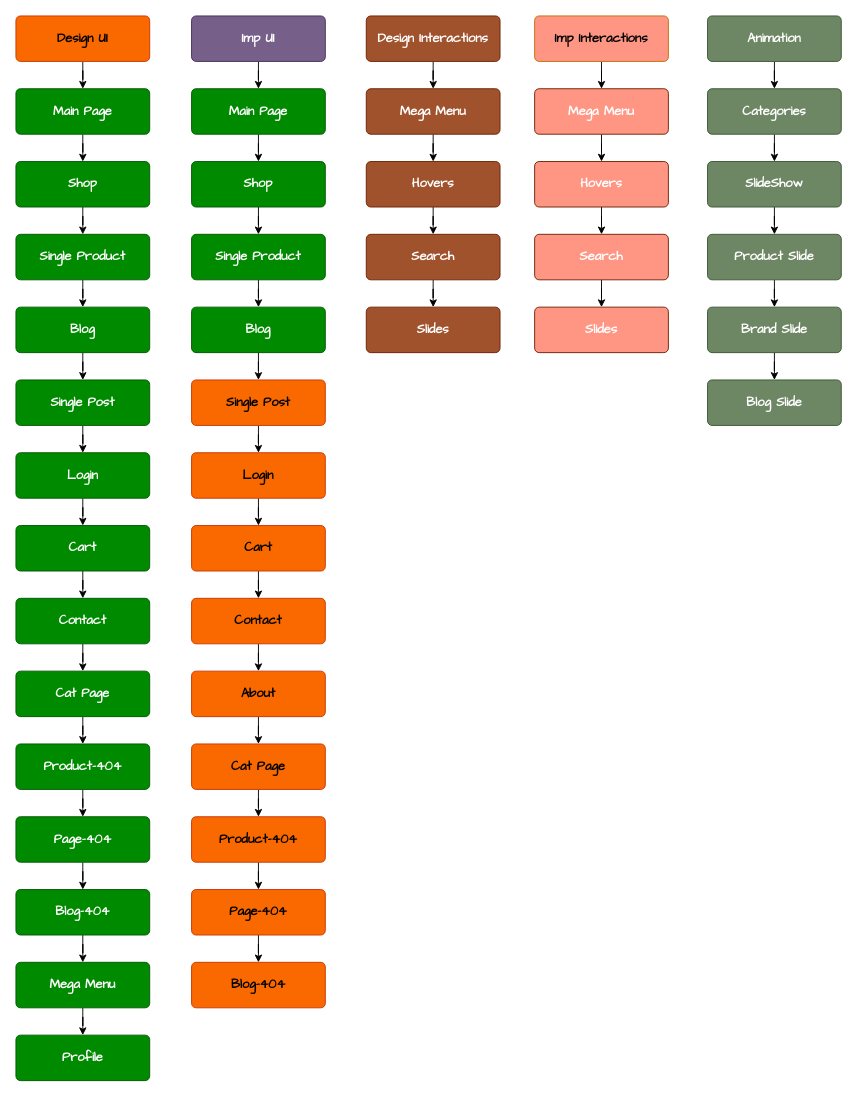
Earlier version of the draw.io diagram JSProject.drawio (monfaredpersonal/Development). Source tidied: cells renumbered, new cells numbered last; positions are measured from the earlier drawing's top-left corner, leaving out a move shared by most shapes. Both pictures are drawn from the tidied source at 91%, with x=0, y=0 at pixel (15, 15).
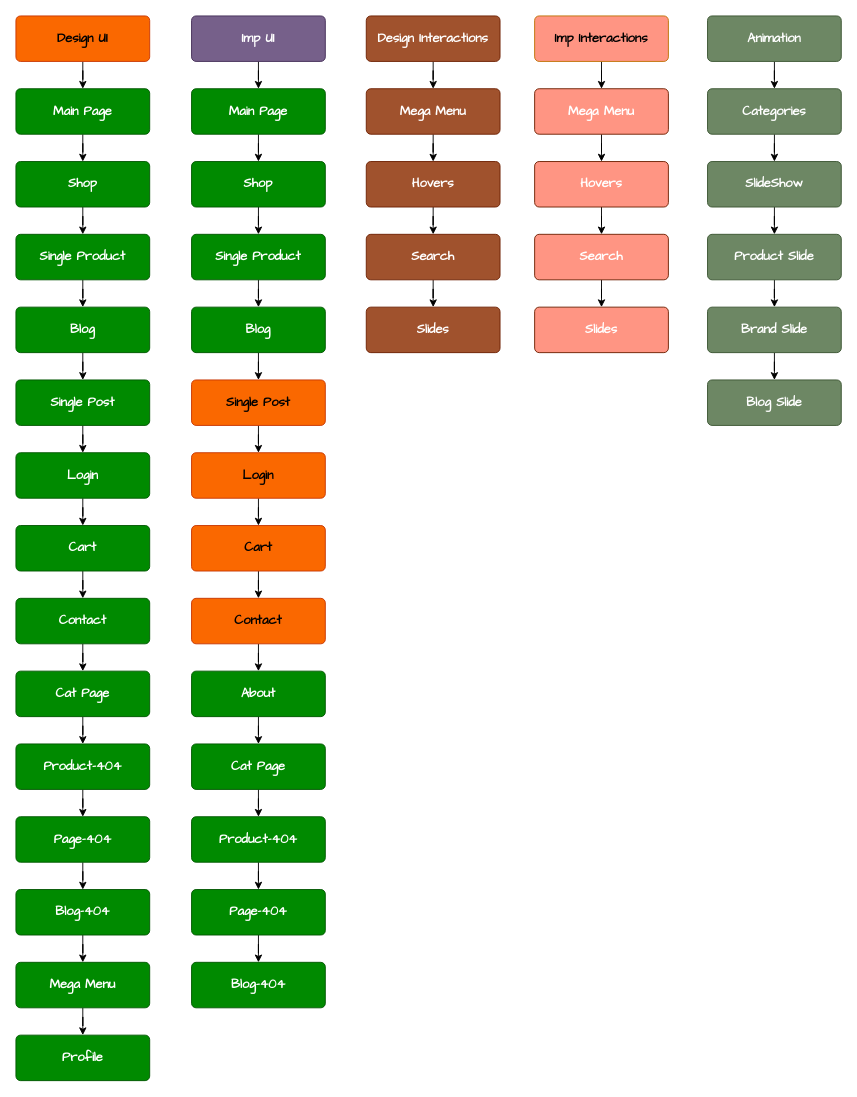
After the change.

Change to the diagram source:
```diff
@@
-    <mxCell id="53" value="&lt;div style=&quot;forced-color-adjust: none;&quot;&gt;About&lt;/div&gt;" style="html=1;shadow=0;dashed=0;shape=mxgraph.bootstrap.rrect;rSize=5;strokeColor=#C73500;strokeWidth=1;fillColor=#fa6800;fontColor=#000000;whiteSpace=wrap;align=center;verticalAlign=middle;spacingLeft=0;fontStyle=1;fontSize=14;spacing=5;rounded=1;glass=0;fillStyle=auto;fontFamily=Comic Sans MS;horizontal=1;textDirection=rtl;points=[];" parent="1" vertex="1">
+    <mxCell id="53" value="&lt;div style=&quot;forced-color-adjust: none;&quot;&gt;About&lt;/div&gt;" style="html=1;shadow=0;dashed=0;shape=mxgraph.bootstrap.rrect;rSize=5;strokeColor=#005700;strokeWidth=1;fillColor=#008a00;fontColor=#ffffff;whiteSpace=wrap;align=center;verticalAlign=middle;spacingLeft=0;fontStyle=1;fontSize=14;spacing=5;rounded=1;glass=0;fillStyle=auto;fontFamily=Comic Sans MS;horizontal=1;textDirection=rtl;points=[];" parent="1" vertex="1">
       <mxGeometry x="193" y="720" width="147" height="50" as="geometry" />
     </mxCell>
@@
-    <mxCell id="55" value="&lt;div style=&quot;forced-color-adjust: none;&quot;&gt;Cat Page&lt;/div&gt;" style="html=1;shadow=0;dashed=0;shape=mxgraph.bootstrap.rrect;rSize=5;strokeColor=#C73500;strokeWidth=1;fillColor=#fa6800;fontColor=#000000;whiteSpace=wrap;align=center;verticalAlign=middle;spacingLeft=0;fontStyle=1;fontSize=14;spacing=5;rounded=1;glass=0;fillStyle=auto;fontFamily=Comic Sans MS;horizontal=1;textDirection=rtl;points=[];" parent="1" vertex="1">
+    <mxCell id="55" value="&lt;div style=&quot;forced-color-adjust: none;&quot;&gt;Cat Page&lt;/div&gt;" style="html=1;shadow=0;dashed=0;shape=mxgraph.bootstrap.rrect;rSize=5;strokeColor=#005700;strokeWidth=1;fillColor=#008a00;fontColor=#ffffff;whiteSpace=wrap;align=center;verticalAlign=middle;spacingLeft=0;fontStyle=1;fontSize=14;spacing=5;rounded=1;glass=0;fillStyle=auto;fontFamily=Comic Sans MS;horizontal=1;textDirection=rtl;points=[];" parent="1" vertex="1">
       <mxGeometry x="193" y="800" width="147" height="50" as="geometry" />
     </mxCell>
@@
-    <mxCell id="57" value="&lt;div style=&quot;forced-color-adjust: none;&quot;&gt;404-Product&lt;/div&gt;" style="html=1;shadow=0;dashed=0;shape=mxgraph.bootstrap.rrect;rSize=5;strokeColor=#C73500;strokeWidth=1;fillColor=#fa6800;fontColor=#000000;whiteSpace=wrap;align=center;verticalAlign=middle;spacingLeft=0;fontStyle=1;fontSize=14;spacing=5;rounded=1;glass=0;fillStyle=auto;fontFamily=Comic Sans MS;horizontal=1;textDirection=rtl;points=[];" parent="1" vertex="1">
+    <mxCell id="57" value="&lt;div style=&quot;forced-color-adjust: none;&quot;&gt;404-Product&lt;/div&gt;" style="html=1;shadow=0;dashed=0;shape=mxgraph.bootstrap.rrect;rSize=5;strokeColor=#005700;strokeWidth=1;fillColor=#008a00;fontColor=#ffffff;whiteSpace=wrap;align=center;verticalAlign=middle;spacingLeft=0;fontStyle=1;fontSize=14;spacing=5;rounded=1;glass=0;fillStyle=auto;fontFamily=Comic Sans MS;horizontal=1;textDirection=rtl;points=[];" parent="1" vertex="1">
       <mxGeometry x="193" y="880" width="147" height="50" as="geometry" />
     </mxCell>
@@
-    <mxCell id="59" value="&lt;div style=&quot;forced-color-adjust: none;&quot;&gt;404-Page&lt;/div&gt;" style="html=1;shadow=0;dashed=0;shape=mxgraph.bootstrap.rrect;rSize=5;strokeColor=#C73500;strokeWidth=1;fillColor=#fa6800;fontColor=#000000;whiteSpace=wrap;align=center;verticalAlign=middle;spacingLeft=0;fontStyle=1;fontSize=14;spacing=5;rounded=1;glass=0;fillStyle=auto;fontFamily=Comic Sans MS;horizontal=1;textDirection=rtl;points=[];" parent="1" vertex="1">
+    <mxCell id="59" value="&lt;div style=&quot;forced-color-adjust: none;&quot;&gt;404-Page&lt;/div&gt;" style="html=1;shadow=0;dashed=0;shape=mxgraph.bootstrap.rrect;rSize=5;strokeColor=#005700;strokeWidth=1;fillColor=#008a00;fontColor=#ffffff;whiteSpace=wrap;align=center;verticalAlign=middle;spacingLeft=0;fontStyle=1;fontSize=14;spacing=5;rounded=1;glass=0;fillStyle=auto;fontFamily=Comic Sans MS;horizontal=1;textDirection=rtl;points=[];" parent="1" vertex="1">
       <mxGeometry x="193" y="960" width="147" height="50" as="geometry" />
     </mxCell>
-    <mxCell id="60" value="&lt;div style=&quot;forced-color-adjust: none;&quot;&gt;404-Blog&lt;/div&gt;" style="html=1;shadow=0;dashed=0;shape=mxgraph.bootstrap.rrect;rSize=5;strokeColor=#C73500;strokeWidth=1;fillColor=#fa6800;fontColor=#000000;whiteSpace=wrap;align=center;verticalAlign=middle;spacingLeft=0;fontStyle=1;fontSize=14;spacing=5;rounded=1;glass=0;fillStyle=auto;fontFamily=Comic Sans MS;horizontal=1;textDirection=rtl;points=[];" parent="1" vertex="1">
+    <mxCell id="60" value="&lt;div style=&quot;forced-color-adjust: none;&quot;&gt;404-Blog&lt;/div&gt;" style="html=1;shadow=0;dashed=0;shape=mxgraph.bootstrap.rrect;rSize=5;strokeColor=#005700;strokeWidth=1;fillColor=#008a00;fontColor=#ffffff;whiteSpace=wrap;align=center;verticalAlign=middle;spacingLeft=0;fontStyle=1;fontSize=14;spacing=5;rounded=1;glass=0;fillStyle=auto;fontFamily=Comic Sans MS;horizontal=1;textDirection=rtl;points=[];" parent="1" vertex="1">
       <mxGeometry x="193" y="1040" width="147" height="50" as="geometry" />
     </mxCell>
```
